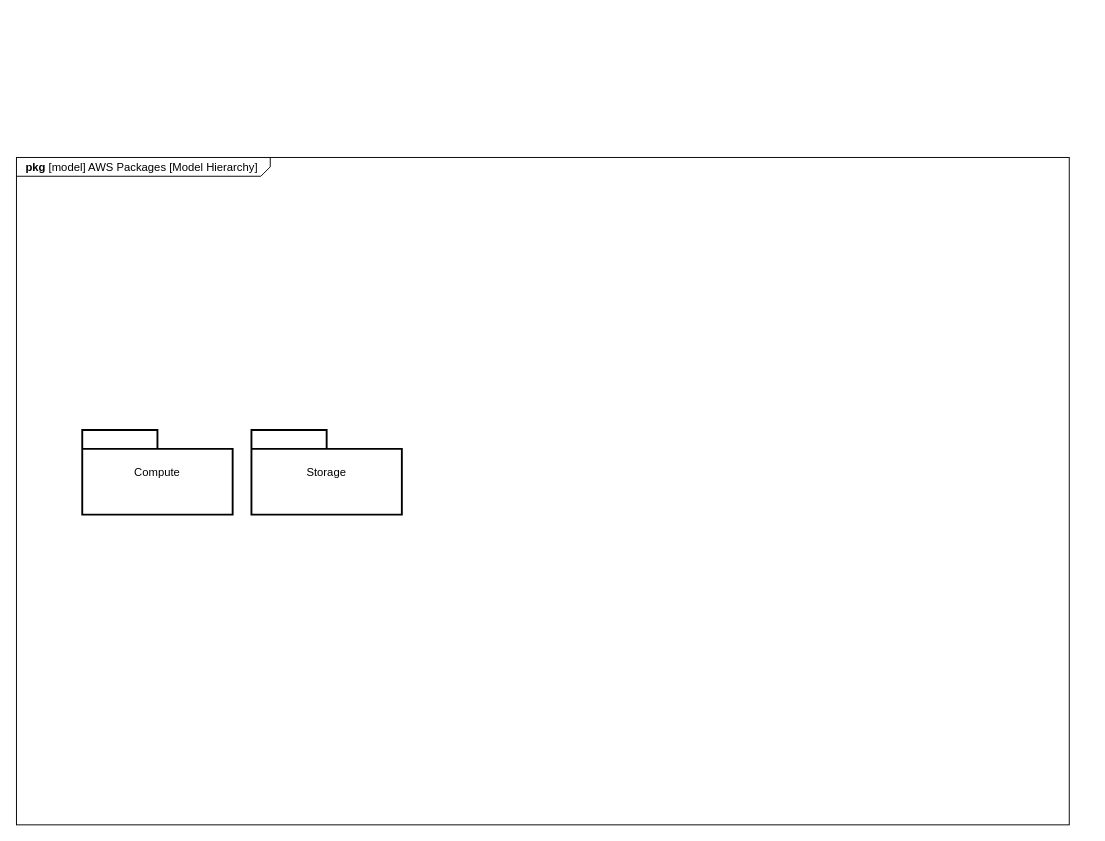
This is AWS Packages/AWS Packages.drawio from JeffreyWerth/AWS-Architecture-Model-Repository, a draw.io file, before an edit. Source tidied: cells renumbered, new cells numbered last; positions are measured from the earlier drawing's top-left corner, leaving out a move shared by most shapes. Both pictures are drawn from the tidied source at 94%, with x=0, y=0 at pixel (16, 157).
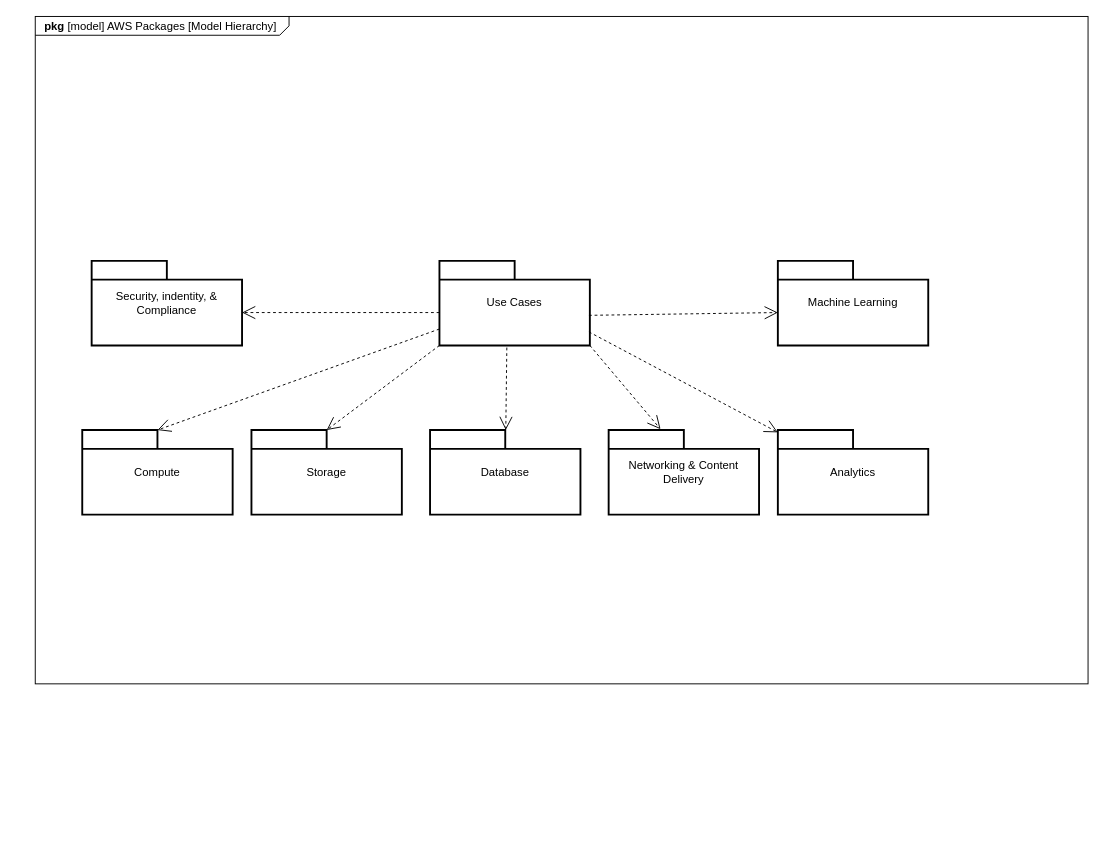
Above is the later version.

Diff of the diagram source:
```diff
@@
 <mxGraphModel>
   <root>
     <mxCell id="0" />
     <mxCell id="1" parent="0" />
     <mxCell id="2" value="&lt;p style=&quot;margin: 0px ; margin-top: 4px ; margin-left: 10px ; text-align: left&quot;&gt;&lt;b&gt;pkg&lt;/b&gt; [model] AWS Packages [Model Hierarchy]&lt;/p&gt;" style="html=1;strokeWidth=1;shape=mxgraph.sysml.package;html=1;overflow=fill;whiteSpace=wrap;fillColor=none;gradientColor=none;fontSize=12;align=center;labelX=270;" parent="1" vertex="1">
-      <mxGeometry width="1120" height="710" as="geometry" />
+      <mxGeometry x="20" y="-150" width="1120" height="710" as="geometry" />
     </mxCell>
     <mxCell id="3" value="Compute" style="shape=folder;tabWidth=80;tabHeight=20;tabPosition=left;strokeWidth=2;html=1;whiteSpace=wrap;align=center;" parent="1" vertex="1">
       <mxGeometry x="70" y="290" width="160" height="90" as="geometry" />
     </mxCell>
     <mxCell id="4" value="Storage" style="shape=folder;tabWidth=80;tabHeight=20;tabPosition=left;strokeWidth=2;html=1;whiteSpace=wrap;align=center;" parent="1" vertex="1">
       <mxGeometry x="250" y="290" width="160" height="90" as="geometry" />
     </mxCell>
+    <mxCell id="5" value="Database" style="shape=folder;tabWidth=80;tabHeight=20;tabPosition=left;strokeWidth=2;html=1;whiteSpace=wrap;align=center;" parent="1" vertex="1">
+      <mxGeometry x="440" y="290" width="160" height="90" as="geometry" />
+    </mxCell>
+    <mxCell id="6" value="Use Cases" style="shape=folder;tabWidth=80;tabHeight=20;tabPosition=left;strokeWidth=2;html=1;whiteSpace=wrap;align=center;" parent="1" vertex="1">
+      <mxGeometry x="450" y="110" width="160" height="90" as="geometry" />
+    </mxCell>
+    <mxCell id="7" value="Networking &amp;amp; Content Delivery" style="shape=folder;tabWidth=80;tabHeight=20;tabPosition=left;strokeWidth=2;html=1;whiteSpace=wrap;align=center;" parent="1" vertex="1">
+      <mxGeometry x="630" y="290" width="160" height="90" as="geometry" />
+    </mxCell>
+    <mxCell id="8" value="Analytics" style="shape=folder;tabWidth=80;tabHeight=20;tabPosition=left;strokeWidth=2;html=1;whiteSpace=wrap;align=center;" parent="1" vertex="1">
+      <mxGeometry x="810" y="290" width="160" height="90" as="geometry" />
+    </mxCell>
+    <mxCell id="9" value="Machine Learning" style="shape=folder;tabWidth=80;tabHeight=20;tabPosition=left;strokeWidth=2;html=1;whiteSpace=wrap;align=center;" parent="1" vertex="1">
+      <mxGeometry x="810" y="110" width="160" height="90" as="geometry" />
+    </mxCell>
+    <mxCell id="10" value="Security, indentity, &amp;amp; Compliance" style="shape=folder;tabWidth=80;tabHeight=20;tabPosition=left;strokeWidth=2;html=1;whiteSpace=wrap;align=center;" parent="1" vertex="1">
+      <mxGeometry x="80" y="110" width="160" height="90" as="geometry" />
+    </mxCell>
+    <mxCell id="11" style="edgeStyle=none;html=1;endArrow=open;endSize=12;dashed=1;verticalAlign=bottom;rounded=0;exitX=0;exitY=0;exitDx=0;exitDy=55;exitPerimeter=0;entryX=0;entryY=0;entryDx=160;entryDy=55;entryPerimeter=0;" parent="1" edge="1" source="6" target="10">
+      <mxGeometry relative="1" as="geometry" />
+    </mxCell>
+    <mxCell id="12" style="edgeStyle=none;html=1;endArrow=open;endSize=12;dashed=1;verticalAlign=bottom;rounded=0;exitX=0;exitY=0;exitDx=0;exitDy=72.5;exitPerimeter=0;entryX=0;entryY=0;entryDx=80;entryDy=0;entryPerimeter=0;" parent="1" edge="1" source="6" target="3">
+      <mxGeometry relative="1" as="geometry" />
+    </mxCell>
+    <mxCell id="13" style="edgeStyle=none;html=1;endArrow=open;endSize=12;dashed=1;verticalAlign=bottom;rounded=0;entryX=0;entryY=0;entryDx=80;entryDy=0;entryPerimeter=0;exitX=0;exitY=0;exitDx=0;exitDy=90;exitPerimeter=0;" parent="1" edge="1" source="6" target="4">
+      <mxGeometry relative="1" as="geometry" />
+    </mxCell>
+    <mxCell id="14" style="edgeStyle=none;html=1;endArrow=open;endSize=12;dashed=1;verticalAlign=bottom;rounded=0;exitX=0.448;exitY=1.025;exitDx=0;exitDy=0;exitPerimeter=0;" parent="1" edge="1" source="6" target="5">
+      <mxGeometry relative="1" as="geometry" />
+    </mxCell>
+    <mxCell id="15" style="edgeStyle=none;html=1;endArrow=open;endSize=12;dashed=1;verticalAlign=bottom;rounded=0;entryX=0.345;entryY=-0.01;entryDx=0;entryDy=0;entryPerimeter=0;exitX=0;exitY=0;exitDx=160;exitDy=90;exitPerimeter=0;" parent="1" edge="1" source="6" target="7">
+      <mxGeometry relative="1" as="geometry" />
+    </mxCell>
+    <mxCell id="16" style="edgeStyle=none;html=1;endArrow=open;endSize=12;dashed=1;verticalAlign=bottom;rounded=0;exitX=0.994;exitY=0.84;exitDx=0;exitDy=0;exitPerimeter=0;" parent="1" edge="1" source="6" target="8">
+      <mxGeometry relative="1" as="geometry" />
+    </mxCell>
+    <mxCell id="17" style="edgeStyle=none;html=1;endArrow=open;endSize=12;dashed=1;verticalAlign=bottom;rounded=0;entryX=0;entryY=0;entryDx=0;entryDy=55;entryPerimeter=0;exitX=0.994;exitY=0.644;exitDx=0;exitDy=0;exitPerimeter=0;" parent="1" edge="1" source="6" target="9">
+      <mxGeometry relative="1" as="geometry" />
+    </mxCell>
   </root>
 </mxGraphModel>
```
